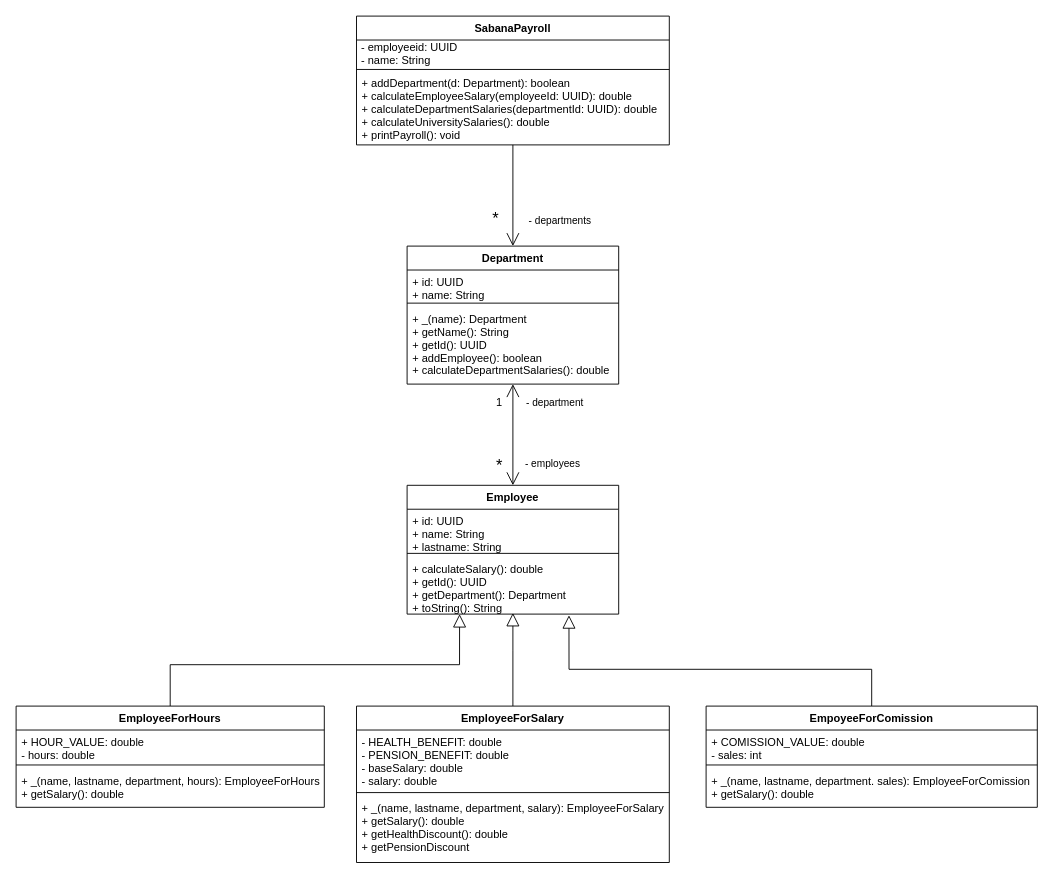
Earlier version of the draw.io diagram diagrams/sabanapayroll-class-diagram.drawio (Sprastrum/MUNOZ-SANTOS-SABANA-POOB-2021-1-LAB-INHERITANCE). Source tidied: cells renumbered, new cells numbered last; positions are measured from the earlier drawing's top-left corner, leaving out a move shared by most shapes. Both pictures are drawn from the tidied source at 92%, with x=0, y=0 at pixel (16, 16).
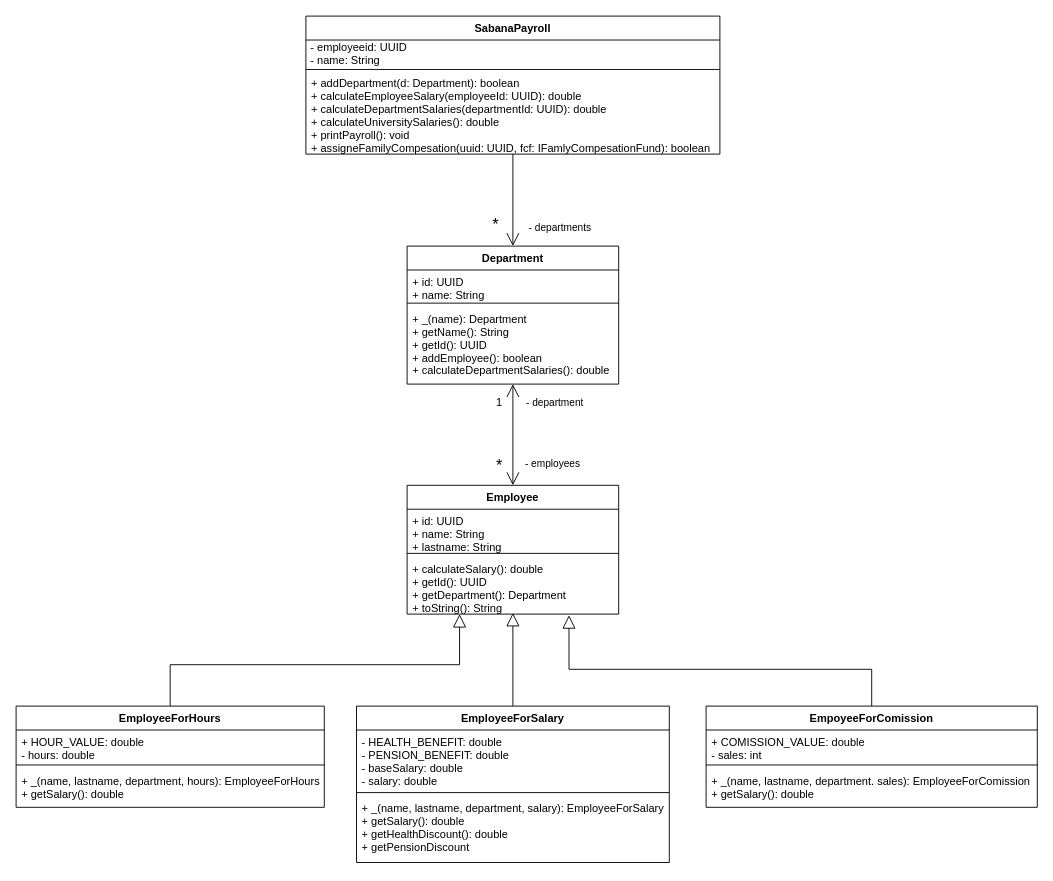
Above is the later version.

What changed in the source:
```diff
@@
     <mxCell id="5" value="SabanaPayroll" style="swimlane;fontStyle=1;align=center;verticalAlign=top;horizontal=1;startSize=26;" parent="1" vertex="1">
-      <mxGeometry x="370" width="340" height="140" as="geometry" />
+      <mxGeometry x="315" width="450" height="150" as="geometry" />
     </mxCell>
     <mxCell id="6" value="&amp;nbsp;- employeeid: UUID&lt;br&gt;&amp;nbsp;- name: String" style="text;html=1;align=left;verticalAlign=middle;" parent="5" vertex="1">
-      <mxGeometry y="26" width="340" height="30" as="geometry" />
+      <mxGeometry y="26" width="450" height="30" as="geometry" />
     </mxCell>
     <mxCell id="7" style="line;strokeWidth=1;fillColor=none;align=left;verticalAlign=middle;spacingTop=-1;spacingLeft=3;spacingRight=3;labelPosition=right;" parent="5" vertex="1">
-      <mxGeometry y="56" width="340" height="4" as="geometry" />
+      <mxGeometry y="56" width="450" height="4" as="geometry" />
     </mxCell>
-    <mxCell id="8" value="+ addDepartment(d: Department): boolean&#10;+ calculateEmployeeSalary(employeeId: UUID): double&#10;+ calculateDepartmentSalaries(departmentId: UUID): double&#10;+ calculateUniversitySalaries(): double&#10;+ printPayroll(): void" style="text;strokeColor=none;fillColor=none;align=left;verticalAlign=top;spacingLeft=4;spacingRight=4;overflow=hidden;" parent="5" vertex="1">
-      <mxGeometry y="60" width="340" height="80" as="geometry" />
+    <mxCell id="8" value="+ addDepartment(d: Department): boolean&#10;+ calculateEmployeeSalary(employeeId: UUID): double&#10;+ calculateDepartmentSalaries(departmentId: UUID): double&#10;+ calculateUniversitySalaries(): double&#10;+ printPayroll(): void&#10;+ assigneFamilyCompesation(uuid: UUID, fcf: IFamlyCompesationFund): boolean" style="text;strokeColor=none;fillColor=none;align=left;verticalAlign=top;spacingLeft=4;spacingRight=4;overflow=hidden;" parent="5" vertex="1">
+      <mxGeometry y="60" width="450" height="90" as="geometry" />
     </mxCell>
```
